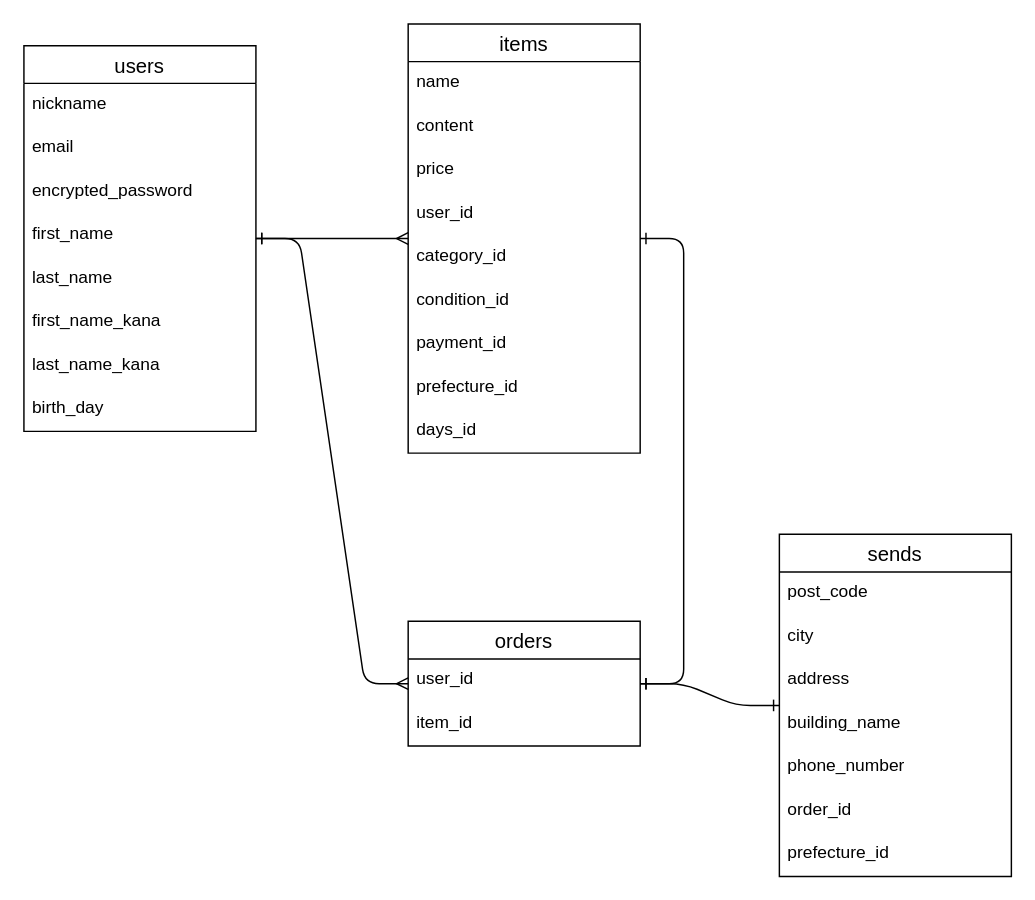
This is ER.dio from ryutanishioka/furima-37924, a draw.io file, before an edit. Source tidied: cells renumbered, new cells numbered last; positions are measured from the earlier drawing's top-left corner, leaving out a move shared by most shapes. Both pictures are drawn from the tidied source at 145%, with x=0, y=0 at pixel (23, 23).
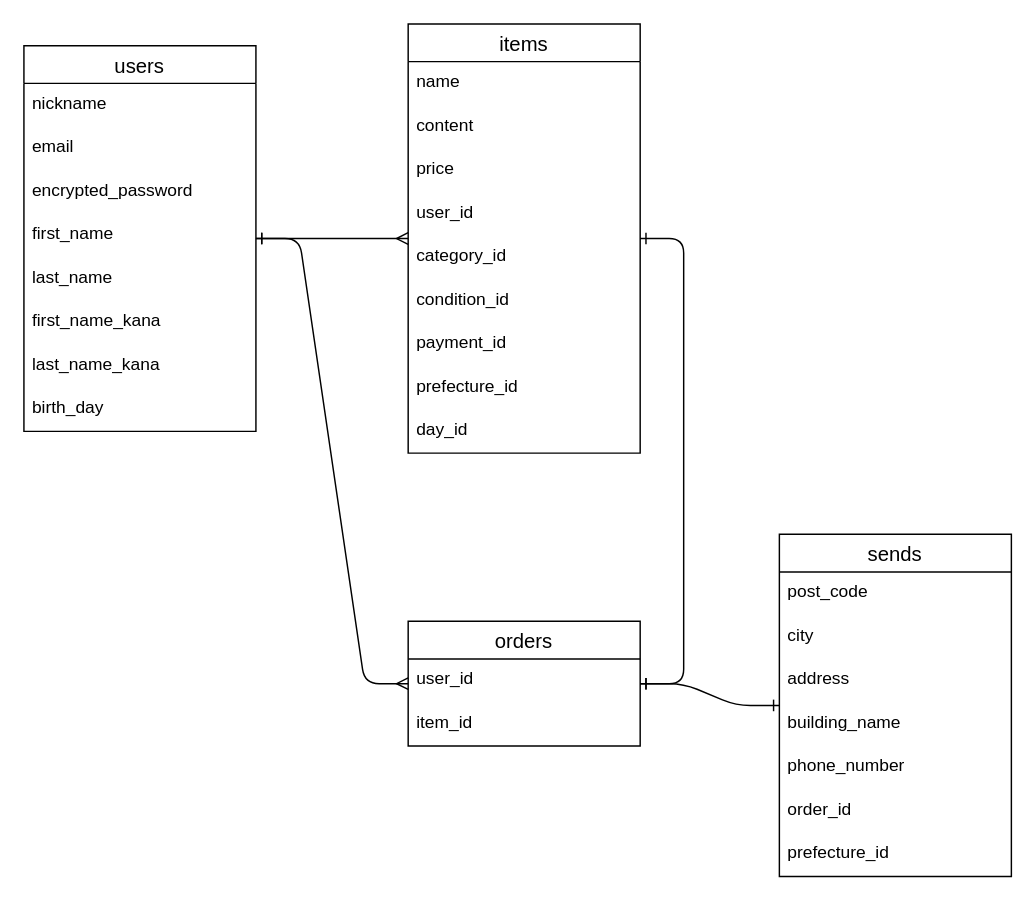
The same diagram, later.

Unchanged cells that the change refers to:
```xml
<mxCell id="11" value="items" style="swimlane;fontStyle=0;horizontal=1;startSize=26;align=center;fontSize=14;" parent="1" vertex="1">
  <mxGeometry x="265" width="160" height="296" as="geometry" />
</mxCell>
```

Diff of the diagram source:
```diff
@@
-    <mxCell id="20" value="days_id" style="text;strokeColor=none;fillColor=none;spacingLeft=4;spacingRight=4;overflow=hidden;fontSize=12;" parent="11" vertex="1">
+    <mxCell id="20" value="day_id" style="text;strokeColor=none;fillColor=none;spacingLeft=4;spacingRight=4;overflow=hidden;fontSize=12;" parent="11" vertex="1">
       <mxGeometry y="266" width="160" height="30" as="geometry" />
     </mxCell>
```
